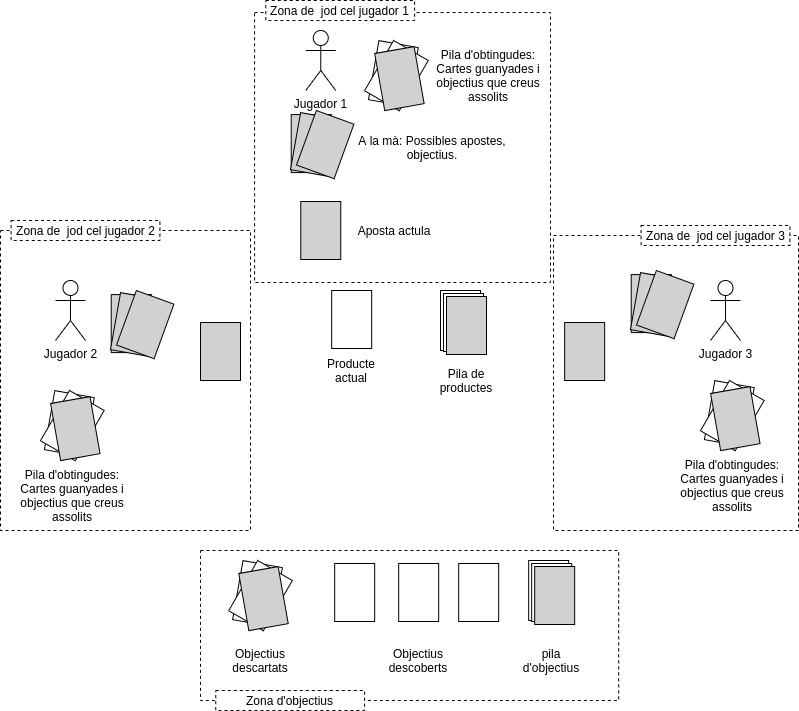
Before: games/gameschema.png, a diagram exported from draw.io (agustim/agustim.github.io). Source tidied: cells renumbered, new cells last; positions are measured from the earlier drawing's top-left corner, leaving out a move shared by most shapes.
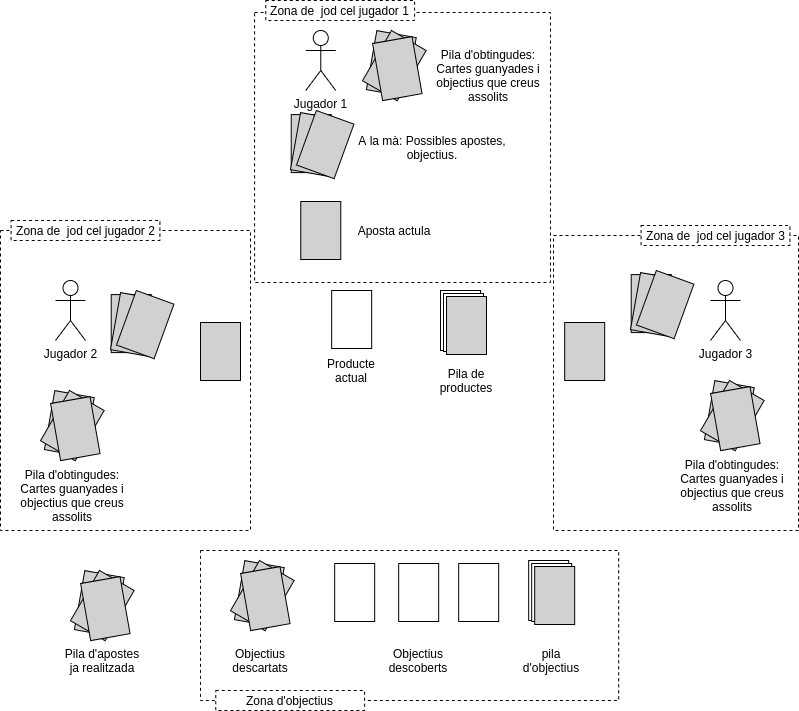
Later version of the same file.

Commit message:
Add deck with discard bets

Change to the diagram source:
```diff
@@ -38,18 +38,6 @@
     <mxCell id="13" value="Objectius descoberts" style="text;html=1;strokeColor=none;fillColor=none;align=center;verticalAlign=middle;whiteSpace=wrap;rounded=0;" parent="1" vertex="1">
       <mxGeometry x="398.2" y="650" width="40" height="20" as="geometry" />
     </mxCell>
-    <mxCell id="14" style="group;" parent="1" vertex="1">
-      <mxGeometry x="228.2" y="560" width="63.6" height="70.2" as="geometry" />
-    </mxCell>
-    <mxCell id="15" style="rounded=0;whiteSpace=wrap;html=1;direction=west;rotation=10;" parent="14" vertex="1">
-      <mxGeometry x="8.8" y="3.1" width="40" height="60" as="geometry" />
-    </mxCell>
-    <mxCell id="16" style="rounded=0;whiteSpace=wrap;html=1;direction=west;rotation=30;" parent="14" vertex="1">
-      <mxGeometry x="11.8" y="6.1" width="40" height="58" as="geometry" />
-    </mxCell>
-    <mxCell id="17" style="rounded=0;whiteSpace=wrap;html=1;fillColor=#D1D1D1;rotation=350;" parent="14" vertex="1">
-      <mxGeometry x="14.8" y="9.1" width="40" height="58" as="geometry" />
-    </mxCell>
     <mxCell id="18" value="Objectius descartats" style="text;html=1;strokeColor=none;fillColor=none;align=center;verticalAlign=middle;whiteSpace=wrap;rounded=0;" parent="1" vertex="1">
       <mxGeometry x="240" y="650" width="40" height="20" as="geometry" />
     </mxCell>
@@ -77,42 +65,6 @@
     <mxCell id="26" style="rounded=0;whiteSpace=wrap;html=1;fillColor=#D1D1D1;" parent="1" vertex="1">
       <mxGeometry x="564.2" y="322" width="40" height="58" as="geometry" />
     </mxCell>
-    <mxCell id="27" style="group;" parent="1" vertex="1">
-      <mxGeometry x="700" y="380" width="63.6" height="70.2" as="geometry" />
-    </mxCell>
-    <mxCell id="28" style="rounded=0;whiteSpace=wrap;html=1;direction=west;rotation=10;" parent="27" vertex="1">
-      <mxGeometry x="8.8" y="3.1" width="40" height="60" as="geometry" />
-    </mxCell>
-    <mxCell id="29" style="rounded=0;whiteSpace=wrap;html=1;direction=west;rotation=30;" parent="27" vertex="1">
-      <mxGeometry x="11.8" y="6.1" width="40" height="58" as="geometry" />
-    </mxCell>
-    <mxCell id="30" style="rounded=0;whiteSpace=wrap;html=1;fillColor=#D1D1D1;rotation=350;" parent="27" vertex="1">
-      <mxGeometry x="14.8" y="9.1" width="40" height="58" as="geometry" />
-    </mxCell>
-    <mxCell id="31" style="group;" parent="1" vertex="1">
-      <mxGeometry x="364.1" y="40" width="63.6" height="70.2" as="geometry" />
-    </mxCell>
-    <mxCell id="32" style="rounded=0;whiteSpace=wrap;html=1;direction=west;rotation=10;" parent="31" vertex="1">
-      <mxGeometry x="8.8" y="3.1" width="40" height="60" as="geometry" />
-    </mxCell>
-    <mxCell id="33" style="rounded=0;whiteSpace=wrap;html=1;direction=west;rotation=30;" parent="31" vertex="1">
-      <mxGeometry x="11.8" y="6.1" width="40" height="58" as="geometry" />
-    </mxCell>
-    <mxCell id="34" style="rounded=0;whiteSpace=wrap;html=1;fillColor=#D1D1D1;rotation=350;" parent="31" vertex="1">
-      <mxGeometry x="14.8" y="9.1" width="40" height="58" as="geometry" />
-    </mxCell>
-    <mxCell id="35" style="group;" parent="1" vertex="1">
-      <mxGeometry x="40" y="390" width="63.6" height="70.2" as="geometry" />
-    </mxCell>
-    <mxCell id="36" style="rounded=0;whiteSpace=wrap;html=1;direction=west;rotation=10;" parent="35" vertex="1">
-      <mxGeometry x="8.8" y="3.1" width="40" height="60" as="geometry" />
-    </mxCell>
-    <mxCell id="37" style="rounded=0;whiteSpace=wrap;html=1;direction=west;rotation=30;" parent="35" vertex="1">
-      <mxGeometry x="11.8" y="6.1" width="40" height="58" as="geometry" />
-    </mxCell>
-    <mxCell id="38" style="rounded=0;whiteSpace=wrap;html=1;fillColor=#D1D1D1;rotation=350;" parent="35" vertex="1">
-      <mxGeometry x="14.8" y="9.1" width="40" height="58" as="geometry" />
-    </mxCell>
     <mxCell id="39" value="Pila d'obtingudes: Cartes guanyades i objectius que creus assolits" style="text;html=1;strokeColor=none;fillColor=none;align=center;verticalAlign=middle;whiteSpace=wrap;rounded=0;" parent="1" vertex="1">
       <mxGeometry x="434.1" y="50" width="108.2" height="50.1" as="geometry" />
     </mxCell>
@@ -194,5 +146,68 @@
     <mxCell id="65" value="Zona d'objectius" style="text;html=1;align=center;verticalAlign=middle;whiteSpace=wrap;rounded=0;fillColor=#ffffff;strokeColor=#000000;dashed=1;" parent="1" vertex="1">
       <mxGeometry x="215.3" y="690" width="148.8" height="20" as="geometry" />
     </mxCell>
+    <mxCell id="35" style="group;" parent="1" vertex="1">
+      <mxGeometry x="40" y="390" width="63.6" height="70.2" as="geometry" />
+    </mxCell>
+    <mxCell id="66" style="rounded=0;whiteSpace=wrap;html=1;direction=west;rotation=10;fillColor=#D1D1D1;" parent="35" vertex="1">
+      <mxGeometry x="8.8" y="3.1" width="40" height="60" as="geometry" />
+    </mxCell>
+    <mxCell id="67" style="rounded=0;whiteSpace=wrap;html=1;direction=west;rotation=30;fillColor=#D1D1D1;" parent="35" vertex="1">
+      <mxGeometry x="11.8" y="6.1" width="40" height="58" as="geometry" />
+    </mxCell>
+    <mxCell id="68" style="rounded=0;whiteSpace=wrap;html=1;fillColor=#D1D1D1;rotation=350;" parent="35" vertex="1">
+      <mxGeometry x="14.8" y="9.1" width="40" height="58" as="geometry" />
+    </mxCell>
+    <mxCell id="69" style="group;" parent="1" vertex="1">
+      <mxGeometry x="230" y="560" width="63.6" height="70.2" as="geometry" />
+    </mxCell>
+    <mxCell id="70" style="rounded=0;whiteSpace=wrap;html=1;direction=west;rotation=10;fillColor=#D1D1D1;" parent="69" vertex="1">
+      <mxGeometry x="8.8" y="3.1" width="40" height="60" as="geometry" />
+    </mxCell>
+    <mxCell id="71" style="rounded=0;whiteSpace=wrap;html=1;direction=west;rotation=30;fillColor=#D1D1D1;" parent="69" vertex="1">
+      <mxGeometry x="11.8" y="6.1" width="40" height="58" as="geometry" />
+    </mxCell>
+    <mxCell id="72" style="rounded=0;whiteSpace=wrap;html=1;fillColor=#D1D1D1;rotation=350;" parent="69" vertex="1">
+      <mxGeometry x="14.8" y="9.1" width="40" height="58" as="geometry" />
+    </mxCell>
+    <mxCell id="27" style="group;" parent="1" vertex="1">
+      <mxGeometry x="700" y="380" width="63.6" height="70.2" as="geometry" />
+    </mxCell>
+    <mxCell id="73" style="rounded=0;whiteSpace=wrap;html=1;direction=west;rotation=10;fillColor=#D1D1D1;" parent="27" vertex="1">
+      <mxGeometry x="8.8" y="3.1" width="40" height="60" as="geometry" />
+    </mxCell>
+    <mxCell id="74" style="rounded=0;whiteSpace=wrap;html=1;direction=west;rotation=30;fillColor=#D1D1D1;" parent="27" vertex="1">
+      <mxGeometry x="11.8" y="6.1" width="40" height="58" as="geometry" />
+    </mxCell>
+    <mxCell id="75" style="rounded=0;whiteSpace=wrap;html=1;fillColor=#D1D1D1;rotation=350;" parent="27" vertex="1">
+      <mxGeometry x="14.8" y="9.1" width="40" height="58" as="geometry" />
+    </mxCell>
+    <mxCell id="76" style="group;" parent="1" vertex="1">
+      <mxGeometry x="362" y="30" width="63.6" height="70.2" as="geometry" />
+    </mxCell>
+    <mxCell id="77" style="rounded=0;whiteSpace=wrap;html=1;direction=west;rotation=10;fillColor=#D1D1D1;" parent="76" vertex="1">
+      <mxGeometry x="8.8" y="3.1" width="40" height="60" as="geometry" />
+    </mxCell>
+    <mxCell id="78" style="rounded=0;whiteSpace=wrap;html=1;direction=west;rotation=30;fillColor=#D1D1D1;" parent="76" vertex="1">
+      <mxGeometry x="11.8" y="6.1" width="40" height="58" as="geometry" />
+    </mxCell>
+    <mxCell id="79" style="rounded=0;whiteSpace=wrap;html=1;fillColor=#D1D1D1;rotation=350;" parent="76" vertex="1">
+      <mxGeometry x="14.8" y="9.1" width="40" height="58" as="geometry" />
+    </mxCell>
+    <mxCell id="80" style="group;" parent="1" vertex="1">
+      <mxGeometry x="70" y="570" width="63.6" height="70.2" as="geometry" />
+    </mxCell>
+    <mxCell id="81" style="rounded=0;whiteSpace=wrap;html=1;direction=west;rotation=10;fillColor=#D1D1D1;" parent="80" vertex="1">
+      <mxGeometry x="8.8" y="3.1" width="40" height="60" as="geometry" />
+    </mxCell>
+    <mxCell id="82" style="rounded=0;whiteSpace=wrap;html=1;direction=west;rotation=30;fillColor=#D1D1D1;" parent="80" vertex="1">
+      <mxGeometry x="11.8" y="6.1" width="40" height="58" as="geometry" />
+    </mxCell>
+    <mxCell id="83" style="rounded=0;whiteSpace=wrap;html=1;fillColor=#D1D1D1;rotation=350;" parent="80" vertex="1">
+      <mxGeometry x="14.8" y="9.1" width="40" height="58" as="geometry" />
+    </mxCell>
+    <mxCell id="84" value="Pila d'apostes ja realitzada" style="text;html=1;strokeColor=none;fillColor=none;align=center;verticalAlign=middle;whiteSpace=wrap;rounded=0;" parent="1" vertex="1">
+      <mxGeometry x="62.7" y="650" width="78.2" height="20" as="geometry" />
+    </mxCell>
   </root>
 </mxGraphModel>
```
